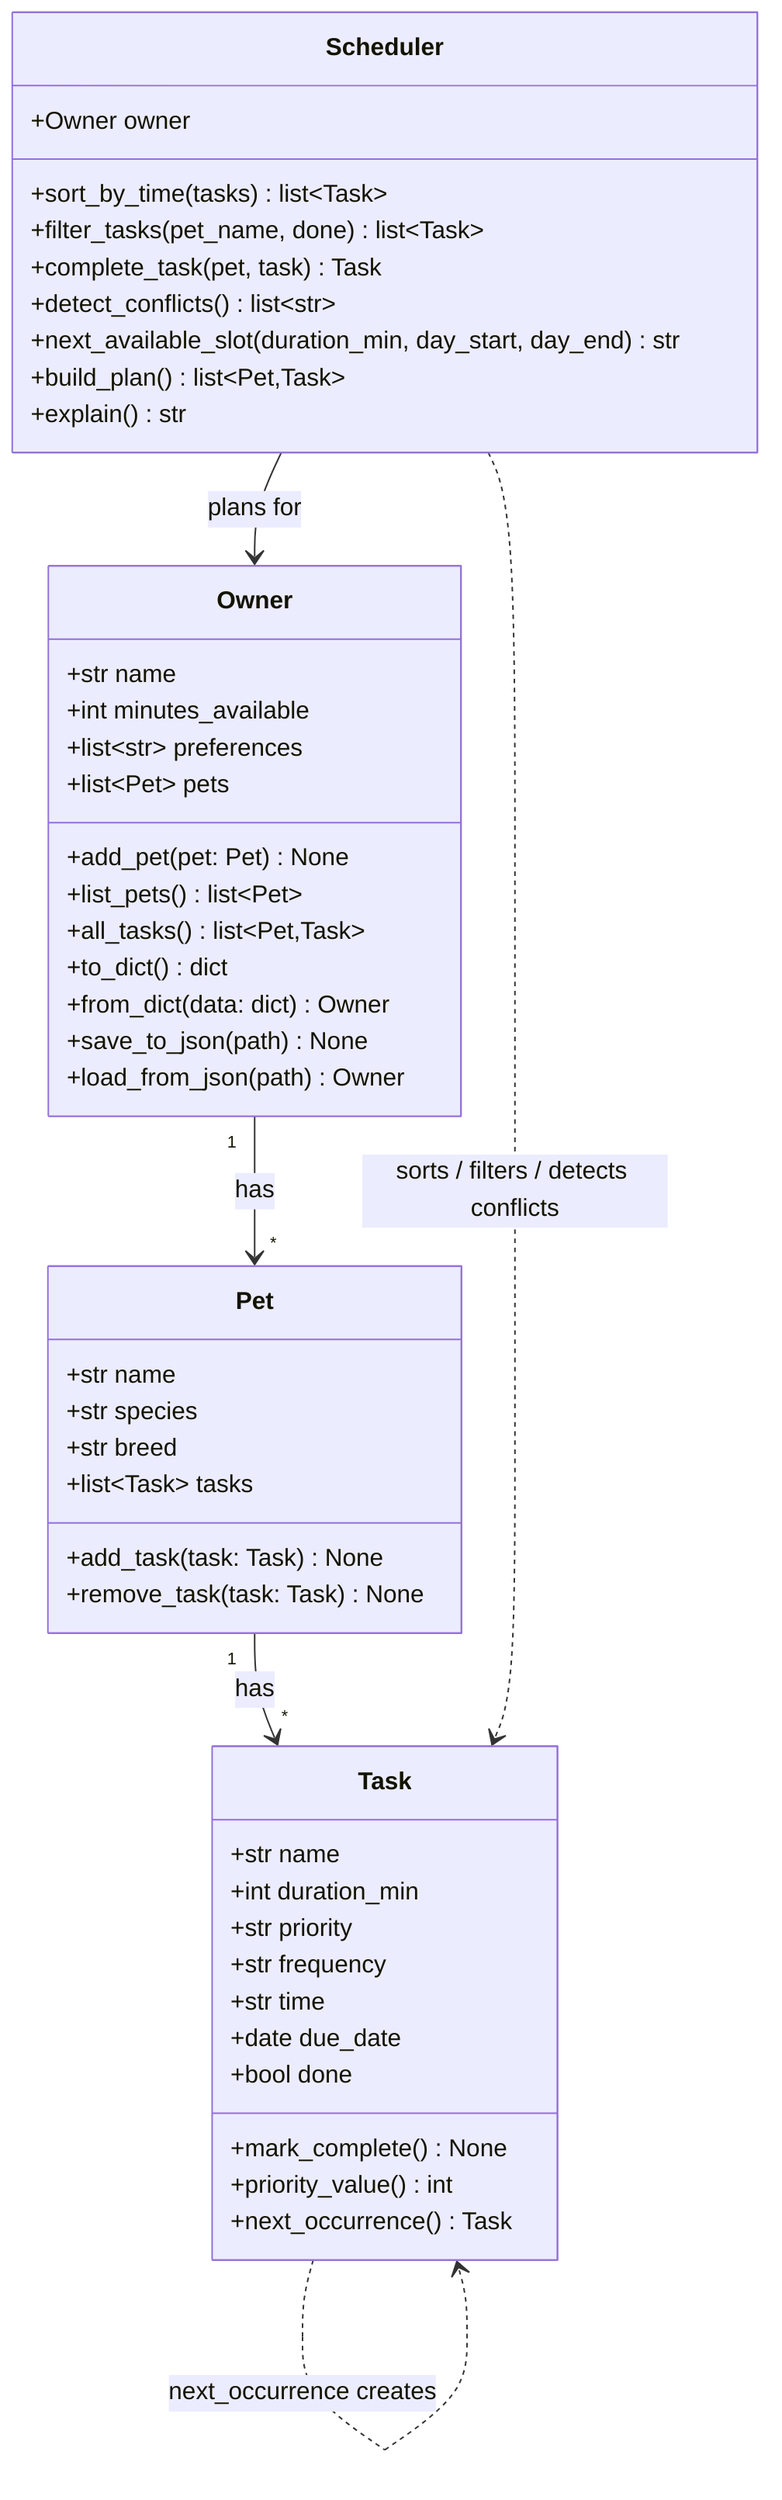
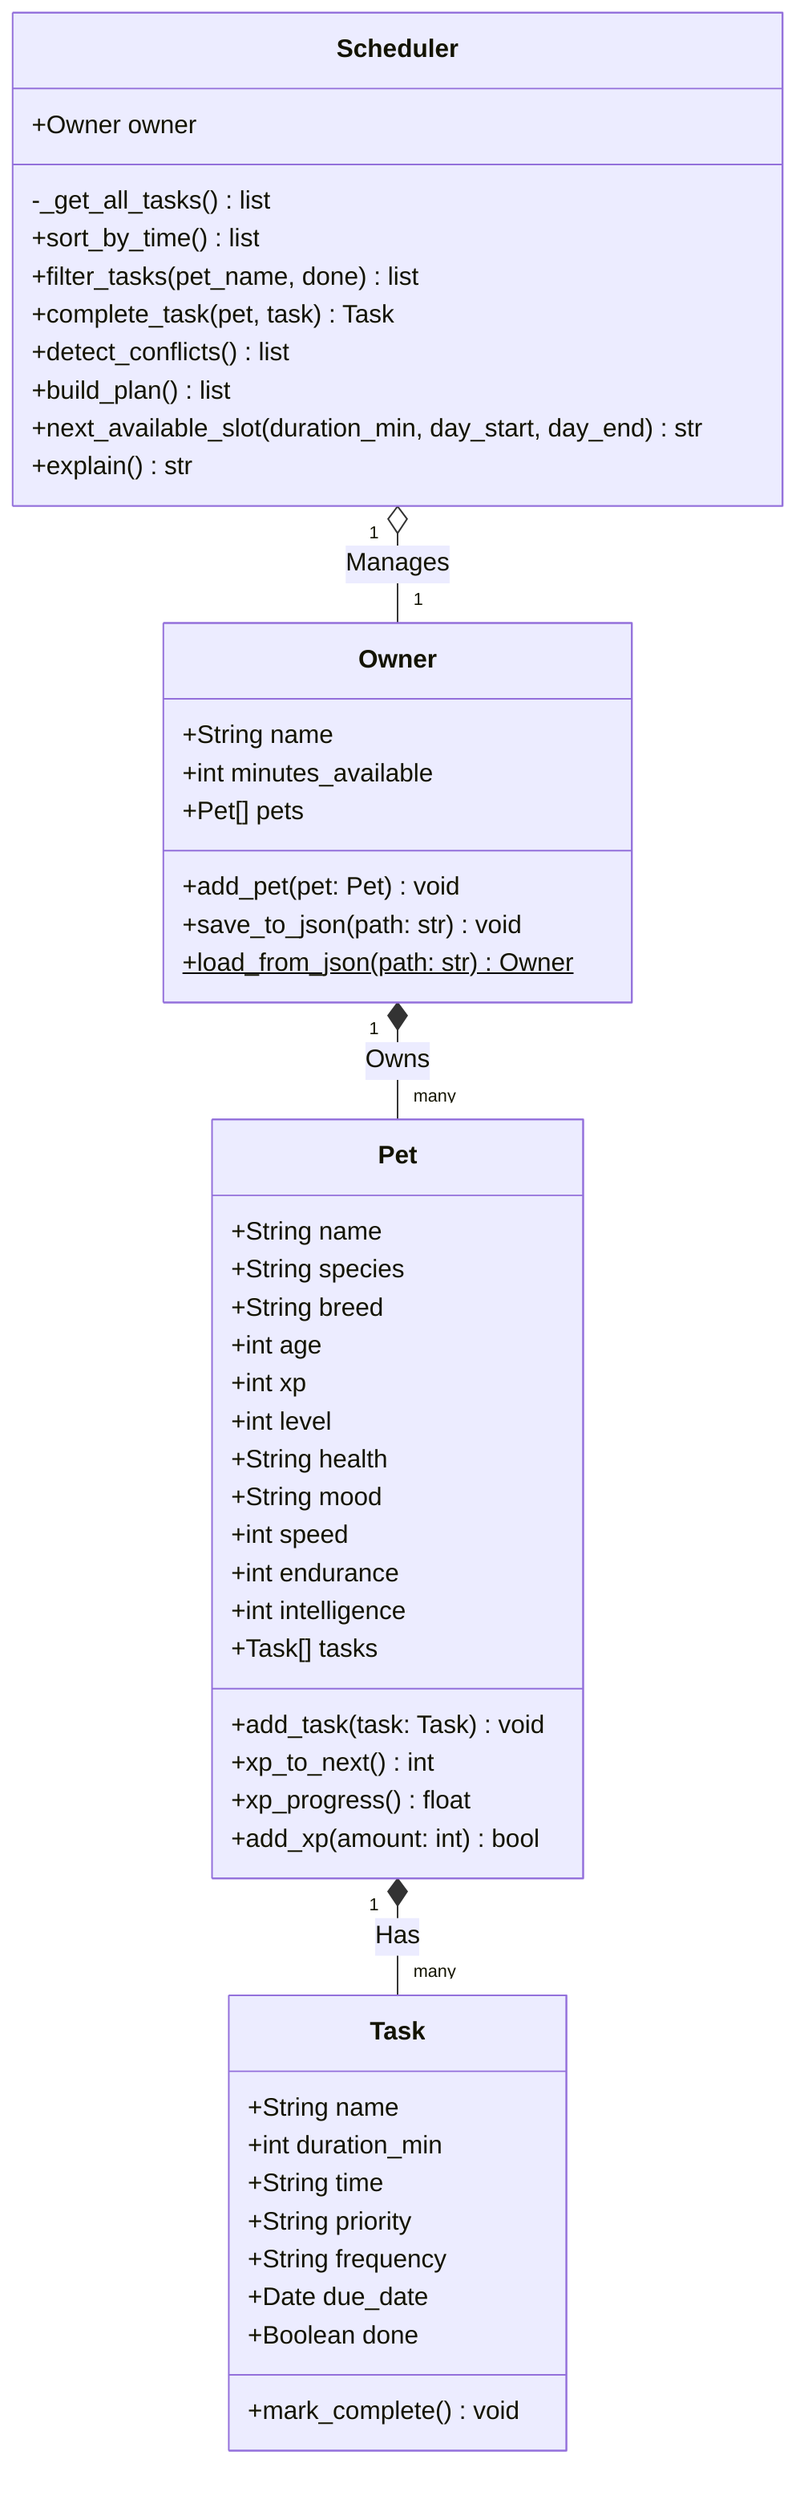
classDiagram
-     %% PawPal+ final class diagram — matches pawpal_system.py after Phase 4/5.
- 
-     class Owner {
-         +str name
-         +int minutes_available
-         +list~str~ preferences
-         +list~Pet~ pets
-         +add_pet(pet: Pet) None
-         +list_pets() list~Pet~
-         +all_tasks() list~Pet,Task~
-         +to_dict() dict
-         +from_dict(data: dict) Owner
-         +save_to_json(path) None
-         +load_from_json(path) Owner
+     class Task {
+         +String name
+         +int duration_min
+         +String time
+         +String priority
+         +String frequency
+         +Date due_date
+         +Boolean done
+         +mark_complete() void
    }

    class Pet {
-         +str name
-         +str species
-         +str breed
-         +list~Task~ tasks
-         +add_task(task: Task) None
-         +remove_task(task: Task) None
+         +String name
+         +String species
+         +String breed
+         +int age
+         +int xp
+         +int level
+         +String health
+         +String mood
+         +int speed
+         +int endurance
+         +int intelligence
+         +Task[] tasks
+         +add_task(task: Task) void
+         +xp_to_next() int
+         +xp_progress() float
+         +add_xp(amount: int) bool
    }

-     class Task {
-         +str name
-         +int duration_min
-         +str priority
-         +str frequency
-         +str time
-         +date due_date
-         +bool done
-         +mark_complete() None
-         +priority_value() int
-         +next_occurrence() Task
+     class Owner {
+         +String name
+         +int minutes_available
+         +Pet[] pets
+         +add_pet(pet: Pet) void
+         +save_to_json(path: str) void
+         +load_from_json(path: str)$ Owner
    }

    class Scheduler {
        +Owner owner
-         +sort_by_time(tasks) list~Task~
-         +filter_tasks(pet_name, done) list~Task~
+         -_get_all_tasks() list
+         +sort_by_time() list
+         +filter_tasks(pet_name, done) list
        +complete_task(pet, task) Task
-         +detect_conflicts() list~str~
+         +detect_conflicts() list
+         +build_plan() list
        +next_available_slot(duration_min, day_start, day_end) str
-         +build_plan() list~Pet,Task~
        +explain() str
    }

-     Owner "1" --> "*" Pet : has
-     Pet "1" --> "*" Task : has
-     Scheduler --> Owner : plans for
-     Scheduler ..> Task : sorts / filters / detects conflicts
-     Task ..> Task : next_occurrence creates
+     Pet "1" *-- "many" Task : Has
+     Owner "1" *-- "many" Pet : Owns
+     Scheduler "1" o-- "1" Owner : Manages